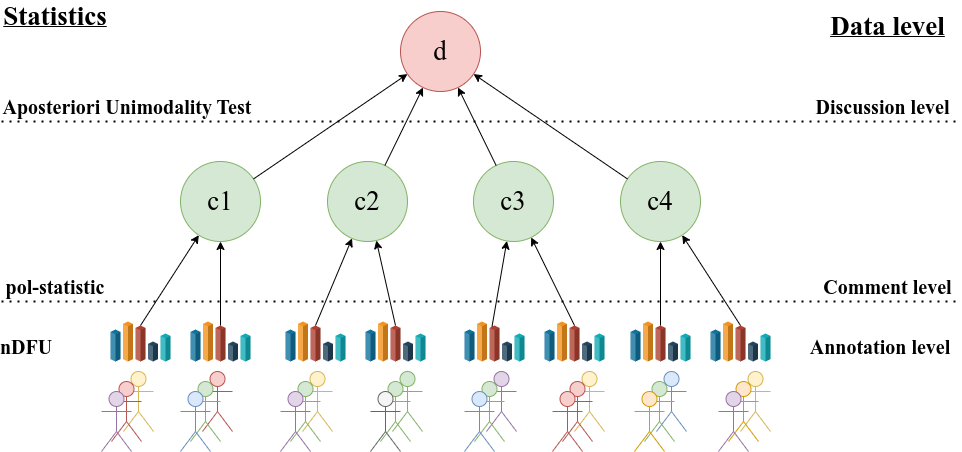
This is graphs/overview.png from dimits-ts/aposteriori-unimodality, a draw.io export, as it was before one commit. Source tidied: cells renumbered, new cells last; positions are measured from the earlier drawing's top-left corner, leaving out a move shared by most shapes.
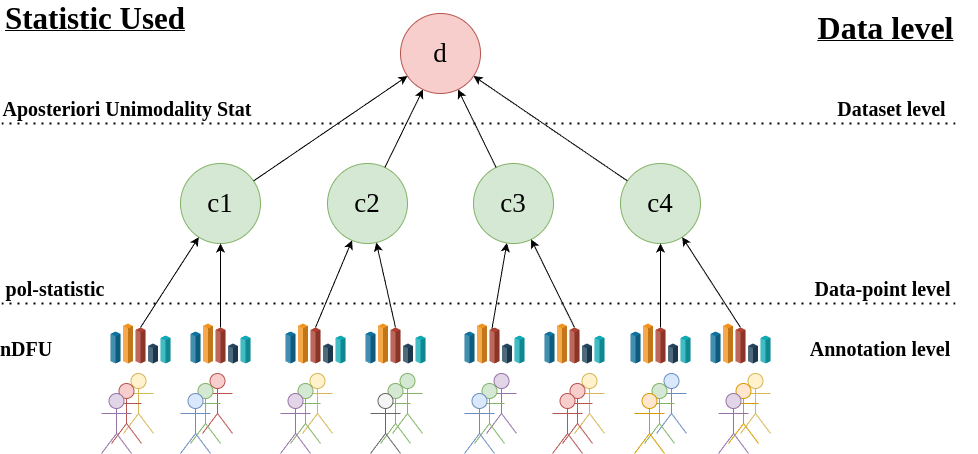
After the commit.

Commit message:
correct overview

Diff of the diagram source:
```diff
@@ -220,13 +220,13 @@
     <mxCell id="73" value="&lt;b&gt;&lt;font style=&quot;font-size: 20px;&quot;&gt;Annotation level&lt;/font&gt;&lt;/b&gt;" style="text;html=1;align=center;verticalAlign=middle;whiteSpace=wrap;rounded=0;fontFamily=Times New Roman;" parent="1" vertex="1">
       <mxGeometry x="805" y="330" width="150" height="30" as="geometry" />
     </mxCell>
-    <mxCell id="74" value="&lt;b&gt;&lt;font style=&quot;font-size: 20px;&quot;&gt;Comment level&lt;/font&gt;&lt;/b&gt;" style="text;html=1;align=center;verticalAlign=middle;whiteSpace=wrap;rounded=0;fontFamily=Times New Roman;" parent="1" vertex="1">
-      <mxGeometry x="820" y="270" width="135" height="30" as="geometry" />
+    <mxCell id="74" value="&lt;b&gt;&lt;font style=&quot;font-size: 20px;&quot;&gt;Data-point level&lt;/font&gt;&lt;/b&gt;" style="text;html=1;align=center;verticalAlign=middle;whiteSpace=wrap;rounded=0;fontFamily=Times New Roman;" parent="1" vertex="1">
+      <mxGeometry x="810" y="270" width="145" height="30" as="geometry" />
     </mxCell>
-    <mxCell id="75" value="&lt;b&gt;&lt;font style=&quot;font-size: 20px;&quot;&gt;Discussion level&lt;/font&gt;&lt;/b&gt;" style="text;html=1;align=center;verticalAlign=middle;whiteSpace=wrap;rounded=0;fontFamily=Times New Roman;" parent="1" vertex="1">
-      <mxGeometry x="810" y="90" width="145" height="30" as="geometry" />
+    <mxCell id="75" value="&lt;b&gt;&lt;font style=&quot;font-size: 20px;&quot;&gt;Dataset level&lt;/font&gt;&lt;/b&gt;" style="text;html=1;align=center;verticalAlign=middle;whiteSpace=wrap;rounded=0;fontFamily=Times New Roman;" parent="1" vertex="1">
+      <mxGeometry x="819" y="90" width="145" height="30" as="geometry" />
     </mxCell>
-    <mxCell id="76" value="&lt;b&gt;&lt;font style=&quot;font-size: 20px;&quot;&gt;Aposteriori Unimodality Test&lt;/font&gt;&lt;/b&gt;" style="text;html=1;align=center;verticalAlign=middle;whiteSpace=wrap;rounded=0;fontFamily=Times New Roman;" parent="1" vertex="1">
+    <mxCell id="76" value="&lt;b&gt;&lt;font style=&quot;font-size: 20px;&quot;&gt;Aposteriori Unimodality Stat&lt;/font&gt;&lt;/b&gt;" style="text;html=1;align=center;verticalAlign=middle;whiteSpace=wrap;rounded=0;fontFamily=Times New Roman;" parent="1" vertex="1">
       <mxGeometry x="1" y="90" width="252" height="30" as="geometry" />
     </mxCell>
     <mxCell id="77" value="&lt;b&gt;&lt;font style=&quot;font-size: 20px;&quot;&gt;pol-statistic&lt;/font&gt;&lt;/b&gt;" style="text;html=1;align=center;verticalAlign=middle;whiteSpace=wrap;rounded=0;fontFamily=Times New Roman;" parent="1" vertex="1">
@@ -235,11 +235,11 @@
     <mxCell id="78" value="&lt;b&gt;&lt;font style=&quot;font-size: 20px;&quot;&gt;nDFU&lt;/font&gt;&lt;/b&gt;" style="text;html=1;align=center;verticalAlign=middle;whiteSpace=wrap;rounded=0;fontFamily=Times New Roman;" parent="1" vertex="1">
       <mxGeometry x="1" y="330" width="50" height="30" as="geometry" />
     </mxCell>
-    <mxCell id="79" value="&lt;u&gt;&lt;b&gt;&lt;font style=&quot;font-size: 27px;&quot;&gt;Statistics&lt;/font&gt;&lt;/b&gt;&lt;/u&gt;" style="text;html=1;align=center;verticalAlign=middle;whiteSpace=wrap;rounded=0;fontFamily=Times New Roman;" parent="1" vertex="1">
-      <mxGeometry width="110" height="30" as="geometry" />
+    <mxCell id="79" value="&lt;u&gt;&lt;b&gt;&lt;font style=&quot;font-size: 31px;&quot;&gt;Statistic Used&lt;/font&gt;&lt;/b&gt;&lt;/u&gt;" style="text;html=1;align=center;verticalAlign=middle;whiteSpace=wrap;rounded=0;fontFamily=Times New Roman;" parent="1" vertex="1">
+      <mxGeometry width="190" height="30" as="geometry" />
     </mxCell>
-    <mxCell id="80" value="&lt;u&gt;&lt;b&gt;&lt;font style=&quot;font-size: 27px;&quot;&gt;Data level&lt;/font&gt;&lt;/b&gt;&lt;/u&gt;" style="text;html=1;align=center;verticalAlign=middle;whiteSpace=wrap;rounded=0;fontFamily=Times New Roman;" parent="1" vertex="1">
-      <mxGeometry x="820" y="10" width="135" height="30" as="geometry" />
+    <mxCell id="80" value="&lt;u&gt;&lt;b&gt;&lt;font style=&quot;font-size: 32px;&quot;&gt;Data level&lt;/font&gt;&lt;/b&gt;&lt;/u&gt;" style="text;html=1;align=center;verticalAlign=middle;whiteSpace=wrap;rounded=0;fontFamily=Times New Roman;" parent="1" vertex="1">
+      <mxGeometry x="793" y="10" width="185" height="30" as="geometry" />
     </mxCell>
     <mxCell id="81" style="group;" parent="1" vertex="1">
       <mxGeometry x="101" y="370" width="52" height="80" as="geometry" />
```
